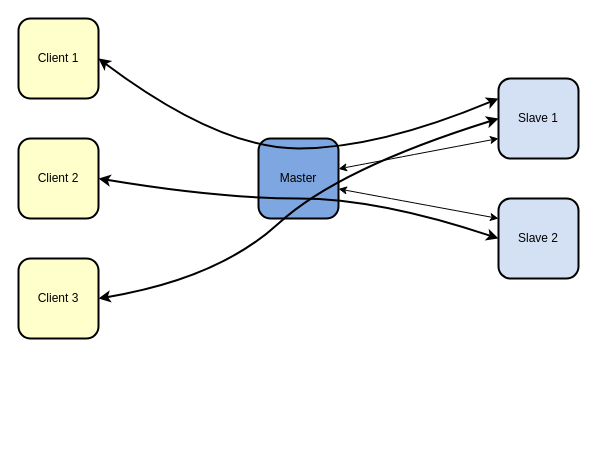
Yalkann/ProjetFTP keeps this draw.io diagram as SchemaEtape3.drawio. Above is the earlier version. Source tidied: cells renumbered, new cells numbered last; positions are measured from the earlier drawing's top-left corner, leaving out a move shared by most shapes. Both pictures are drawn from the tidied source at 100%, with x=0, y=0 at pixel (18, 18).
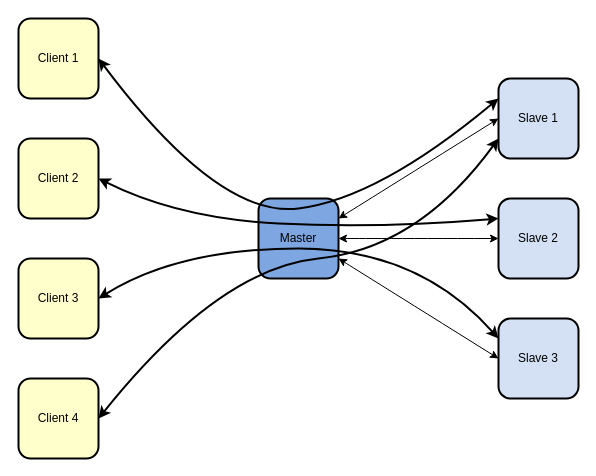
The same diagram, later.

The change refers to these unchanged cells:
```xml
<mxCell id="2" value="Client 1" style="rounded=1;whiteSpace=wrap;html=1;shadow=0;sketch=0;strokeColor=default;strokeWidth=2;fillColor=#FFFFCC;gradientColor=none;" parent="1" vertex="1">
  <mxGeometry width="80" height="80" as="geometry" />
</mxCell>
<mxCell id="3" value="Client 2" style="rounded=1;whiteSpace=wrap;html=1;shadow=0;sketch=0;strokeColor=default;strokeWidth=2;fillColor=#FFFFCC;gradientColor=none;" parent="1" vertex="1">
  <mxGeometry y="120" width="80" height="80" as="geometry" />
</mxCell>
<mxCell id="4" value="Client 3" style="rounded=1;whiteSpace=wrap;html=1;shadow=0;sketch=0;strokeColor=default;strokeWidth=2;fillColor=#FFFFCC;gradientColor=none;" parent="1" vertex="1">
  <mxGeometry y="240" width="80" height="80" as="geometry" />
</mxCell>
<mxCell id="6" value="Slave 1" style="rounded=1;whiteSpace=wrap;html=1;shadow=0;sketch=0;strokeColor=default;strokeWidth=2;fillColor=#D4E1F5;gradientColor=none;" parent="1" vertex="1">
  <mxGeometry x="480" y="60" width="80" height="80" as="geometry" />
</mxCell>
<mxCell id="7" value="Slave 2" style="rounded=1;whiteSpace=wrap;html=1;shadow=0;sketch=0;strokeColor=default;strokeWidth=2;fillColor=#D4E1F5;gradientColor=none;" parent="1" vertex="1">
  <mxGeometry x="480" y="180" width="80" height="80" as="geometry" />
</mxCell>
```

What changed in the source:
```diff
@@
-    <mxCell id="5" value="Master" style="rounded=1;whiteSpace=wrap;html=1;shadow=0;sketch=0;strokeColor=default;strokeWidth=2;fillColor=#7EA6E0;gradientColor=none;points=[[0,0,0,0,0],[0,0.25,0,0,0],[0,0.5,0,0,0],[0,0.75,0,0,0],[0,1,0,0,0],[0.25,0,0,0,0],[0.25,1,0,0,0],[0.5,0,0,0,0],[0.5,1,0,0,0],[0.75,0,0,0,0],[0.75,1,0,0,0],[1,0,0,0,0],[1,0.25,0,0,0],[1,0.38,0,0,0],[1,0.5,0,0,0],[1,0.63,0,0,0],[1,0.75,0,0,0],[1,1,0,0,0]];" parent="1" vertex="1">
-      <mxGeometry x="240" y="120" width="80" height="80" as="geometry" />
+    <mxCell id="5" value="Master" style="rounded=1;whiteSpace=wrap;html=1;shadow=0;sketch=0;strokeColor=default;strokeWidth=2;fillColor=#7EA6E0;gradientColor=none;points=[[0,0,0,0,0],[0,0.25,0,0,0],[0,0.5,0,0,0],[0,0.75,0,0,0],[0,1,0,0,0],[0.25,0,0,0,0],[0.25,1,0,0,0],[0.5,0,0,0,0],[0.5,1,0,0,0],[0.75,0,0,0,0],[0.75,1,0,0,0],[1,0,0,0,0],[1,0.25,0,0,0],[1,0.5,0,0,0],[1,0.75,0,0,0],[1,1,0,0,0]];" parent="1" vertex="1">
+      <mxGeometry x="240" y="180" width="80" height="80" as="geometry" />
     </mxCell>
@@
-    <mxCell id="8" style="endArrow=classic;html=1;rounded=0;strokeColor=default;strokeWidth=1;curved=1;exitX=1;exitY=0.38;exitDx=0;exitDy=0;entryX=0;entryY=0.75;entryDx=0;entryDy=0;startArrow=classic;startFill=1;exitPerimeter=0;" parent="1" edge="1" source="5" target="6">
-      <mxGeometry relative="1" as="geometry" />
+    <mxCell id="8" style="endArrow=classic;html=1;rounded=0;strokeColor=default;strokeWidth=1;curved=1;entryX=0;entryY=0.5;entryDx=0;entryDy=0;startArrow=classic;startFill=1;" parent="1" edge="1" target="6">
+      <mxGeometry relative="1" as="geometry">
+        <mxPoint x="320" y="200" as="sourcePoint" />
+      </mxGeometry>
     </mxCell>
-    <mxCell id="9" style="endArrow=classic;html=1;rounded=0;strokeColor=default;strokeWidth=1;curved=1;exitX=1;exitY=0.63;exitDx=0;exitDy=0;entryX=0;entryY=0.25;entryDx=0;entryDy=0;startArrow=classic;startFill=1;exitPerimeter=0;" parent="1" edge="1" source="5" target="7">
-      <mxGeometry relative="1" as="geometry" />
+    <mxCell id="9" style="endArrow=classic;html=1;rounded=0;strokeColor=default;strokeWidth=1;curved=1;entryX=0;entryY=0.5;entryDx=0;entryDy=0;startArrow=classic;startFill=1;" parent="1" edge="1" target="7">
+      <mxGeometry relative="1" as="geometry">
+        <mxPoint x="320" y="220" as="sourcePoint" />
+      </mxGeometry>
     </mxCell>
     <mxCell id="10" style="curved=1;endArrow=classic;html=1;rounded=0;strokeColor=default;strokeWidth=2;exitX=1;exitY=0.5;exitDx=0;exitDy=0;entryX=0;entryY=0.25;entryDx=0;entryDy=0;startArrow=classic;startFill=1;" parent="1" edge="1" source="2" target="6">
       <mxGeometry relative="1" as="geometry">
         <Array as="points">
-          <mxPoint x="200" y="130" />
-          <mxPoint x="360" y="130" />
+          <mxPoint x="200" y="200" />
+          <mxPoint x="360" y="180" />
         </Array>
       </mxGeometry>
     </mxCell>
-    <mxCell id="11" style="curved=1;endArrow=classic;html=1;rounded=0;strokeColor=default;strokeWidth=2;exitX=1;exitY=0.5;exitDx=0;exitDy=0;entryX=0;entryY=0.5;entryDx=0;entryDy=0;startArrow=classic;startFill=1;" parent="1" edge="1" source="3" target="7">
+    <mxCell id="11" style="curved=1;endArrow=classic;html=1;rounded=0;strokeColor=default;strokeWidth=2;exitX=1;exitY=0.5;exitDx=0;exitDy=0;entryX=0;entryY=0.25;entryDx=0;entryDy=0;startArrow=classic;startFill=1;" parent="1" edge="1" source="3" target="7">
       <mxGeometry relative="1" as="geometry">
         <Array as="points">
-          <mxPoint x="200" y="180" />
-          <mxPoint x="360" y="180" />
+          <mxPoint x="160" y="200" />
+          <mxPoint x="360" y="210" />
         </Array>
       </mxGeometry>
     </mxCell>
-    <mxCell id="12" style="curved=1;endArrow=classic;html=1;rounded=0;strokeColor=default;strokeWidth=2;exitX=1;exitY=0.5;exitDx=0;exitDy=0;entryX=0;entryY=0.5;entryDx=0;entryDy=0;startArrow=classic;startFill=1;" parent="1" edge="1" source="4" target="6">
+    <mxCell id="12" style="curved=1;endArrow=classic;html=1;rounded=0;strokeColor=default;strokeWidth=2;exitX=1;exitY=0.5;exitDx=0;exitDy=0;entryX=0;entryY=0.25;entryDx=0;entryDy=0;startArrow=classic;startFill=1;" parent="1" edge="1" source="4" target="13">
       <mxGeometry relative="1" as="geometry">
         <Array as="points">
-          <mxPoint x="200" y="260" />
-          <mxPoint x="320" y="150" />
+          <mxPoint x="160" y="230" />
+          <mxPoint x="400" y="230" />
         </Array>
       </mxGeometry>
     </mxCell>
+    <mxCell id="13" value="Slave 3" style="rounded=1;whiteSpace=wrap;html=1;shadow=0;sketch=0;strokeColor=default;strokeWidth=2;fillColor=#D4E1F5;gradientColor=none;" parent="1" vertex="1">
+      <mxGeometry x="480" y="300" width="80" height="80" as="geometry" />
+    </mxCell>
+    <mxCell id="14" style="endArrow=classic;html=1;rounded=0;strokeColor=default;strokeWidth=1;curved=1;exitX=1;exitY=0.75;exitDx=0;exitDy=0;entryX=0;entryY=0.5;entryDx=0;entryDy=0;startArrow=classic;startFill=1;exitPerimeter=0;" parent="1" edge="1" source="5" target="13">
+      <mxGeometry relative="1" as="geometry" />
+    </mxCell>
+    <mxCell id="15" value="Client 4" style="rounded=1;whiteSpace=wrap;html=1;shadow=0;sketch=0;strokeColor=default;strokeWidth=2;fillColor=#FFFFCC;gradientColor=none;" parent="1" vertex="1">
+      <mxGeometry y="360" width="80" height="80" as="geometry" />
+    </mxCell>
+    <mxCell id="16" style="curved=1;endArrow=classic;html=1;rounded=0;strokeColor=default;strokeWidth=2;exitX=1;exitY=0.5;exitDx=0;exitDy=0;entryX=0;entryY=0.75;entryDx=0;entryDy=0;startArrow=classic;startFill=1;" parent="1" edge="1" source="15" target="6">
+      <mxGeometry relative="1" as="geometry">
+        <Array as="points">
+          <mxPoint x="200" y="250" />
+          <mxPoint x="400" y="230" />
+        </Array>
+      </mxGeometry>
+    </mxCell>
```
